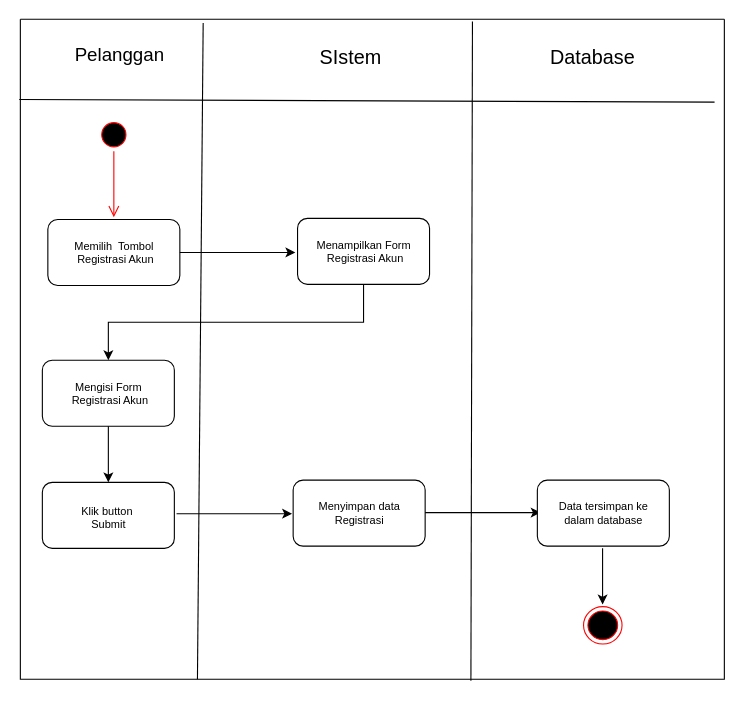
Above: 1.drawio in Amdfauzn/example (draw.io), before the change. Source tidied: cells renumbered, new cells numbered last; positions are measured from the earlier drawing's top-left corner, leaving out a move shared by most shapes. Both pictures are drawn from the tidied source at 110%, with x=0, y=0 at pixel (19, 19).
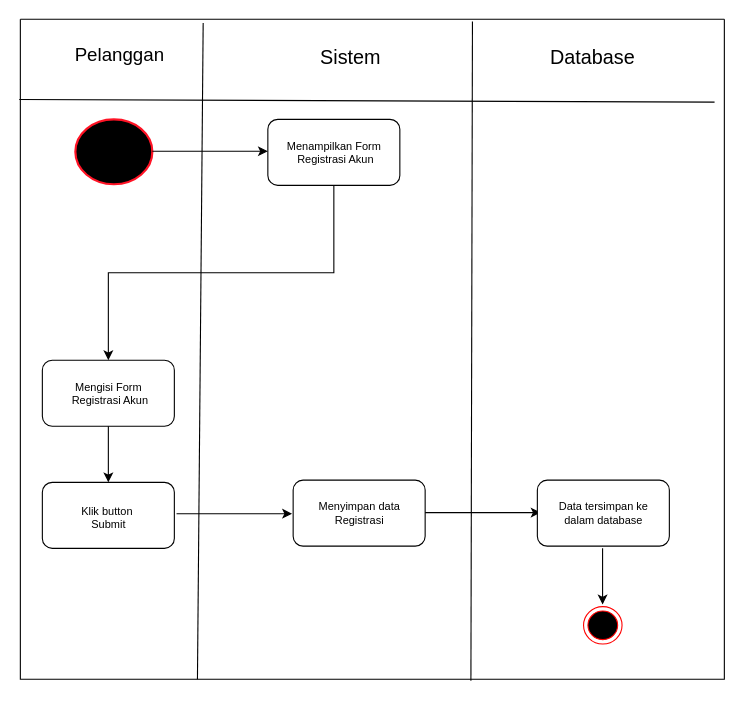
The same diagram, later.

Unchanged cells that the change refers to:
```xml
<mxCell id="2" style="swimlane;startSize=0;" parent="1" vertex="1">
  <mxGeometry x="1" width="640" height="600" as="geometry" />
</mxCell>
```

The edit, as a diff of the source:
```diff
@@
-    <mxCell id="5" value="SIstem" style="text;html=1;align=center;verticalAlign=middle;strokeColor=none;fillColor=none;fontSize=18;" parent="2" vertex="1">
+    <mxCell id="5" value="Sistem" style="text;html=1;align=center;verticalAlign=middle;strokeColor=none;fillColor=none;fontSize=18;" parent="2" vertex="1">
       <mxGeometry x="260" y="15" width="80" height="40" as="geometry" />
     </mxCell>
@@
-    <mxCell id="8" style="ellipse;html=1;shape=startState;fillColor=#000000;strokeColor=#ff0000;" parent="2" vertex="1">
-      <mxGeometry x="70" y="90" width="30" height="30" as="geometry" />
-    </mxCell>
-    <mxCell id="9" style="edgeStyle=orthogonalEdgeStyle;html=1;verticalAlign=bottom;endArrow=open;endSize=8;strokeColor=#ff0000;rounded=0;" parent="2" edge="1" source="8">
-      <mxGeometry relative="1" as="geometry">
-        <mxPoint x="85" y="180" as="targetPoint" />
-      </mxGeometry>
-    </mxCell>
-    <mxCell id="10" style="rounded=1;whiteSpace=wrap;html=1;" parent="2" vertex="1">
-      <mxGeometry x="25" y="182" width="120" height="60" as="geometry" />
-    </mxCell>
     <mxCell id="11" style="rounded=1;whiteSpace=wrap;html=1;" parent="2" vertex="1">
-      <mxGeometry x="252" y="181" width="120" height="60" as="geometry" />
+      <mxGeometry x="225" y="91" width="120" height="60" as="geometry" />
     </mxCell>
@@
-    <mxCell id="21" value="Memilih&amp;nbsp; Tombol&lt;br&gt;&amp;nbsp;Registrasi Akun" style="text;html=1;align=center;verticalAlign=middle;fontSize=10;" parent="2" vertex="1">
-      <mxGeometry x="35" y="192" width="100" height="40" as="geometry" />
-    </mxCell>
     <mxCell id="22" value="Menampilkan Form&lt;br&gt;&amp;nbsp;Registrasi Akun" style="text;html=1;align=center;verticalAlign=middle;fontSize=10;" parent="2" vertex="1">
-      <mxGeometry x="257" y="191" width="110" height="40" as="geometry" />
+      <mxGeometry x="230" y="100.5" width="110" height="40" as="geometry" />
     </mxCell>
@@
+    <mxCell id="30" style="strokeWidth=2;html=1;shape=mxgraph.flowchart.start_2;whiteSpace=wrap;fillColor=#000000;shadow=0;strokeColor=#FF1325;" parent="2" vertex="1">
+      <mxGeometry x="50" y="91" width="70" height="59" as="geometry" />
+    </mxCell>
+    <mxCell id="29" style="endArrow=classic;html=1;rounded=0;" parent="2" edge="1">
+      <mxGeometry relative="1" as="geometry">
+        <mxPoint x="120" y="120" as="sourcePoint" />
+        <mxPoint x="225" y="120" as="targetPoint" />
+      </mxGeometry>
+    </mxCell>
@@
-    <mxCell id="29" style="endArrow=classic;html=1;rounded=0;" parent="1" edge="1" source="10">
-      <mxGeometry relative="1" as="geometry">
-        <mxPoint x="251" y="212" as="targetPoint" />
-      </mxGeometry>
-    </mxCell>
```
